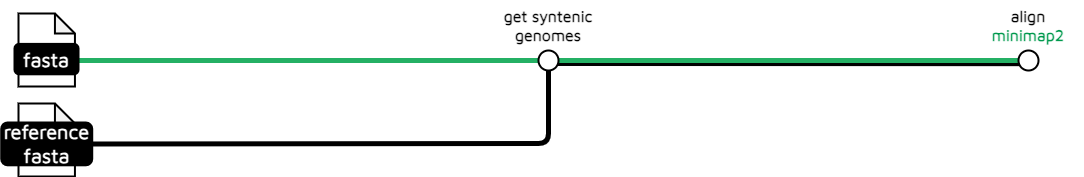
The draw.io diagram docs/images/v1-1-0/treeval_1_1_0_synteny.png in sanger-tol/treeval, before a commit. Source tidied: cells renumbered, new cells last; positions are measured from the earlier drawing's top-left corner, leaving out a move shared by most shapes. The source it was exported from:
```xml
<mxGraphModel>
  <root>
    <mxCell id="0" />
    <mxCell id="1" parent="0" />
    <mxCell id="2" style="endArrow=none;html=1;rounded=1;strokeWidth=4;exitX=0.159;exitY=0.674;exitDx=0;exitDy=0;exitPerimeter=0;entryX=0.944;entryY=0.684;entryDx=0;entryDy=0;entryPerimeter=0;labelBackgroundColor=none;" parent="1" edge="1" source="5" target="4">
      <mxGeometry relative="1" as="geometry" />
    </mxCell>
    <mxCell id="3" style="endArrow=none;html=1;rounded=1;strokeWidth=5;strokeColor=#24B064;entryX=0;entryY=0.5;entryDx=0;entryDy=0;labelBackgroundColor=none;" parent="1" edge="1" target="4">
      <mxGeometry relative="1" as="geometry">
        <mxPoint x="77" y="60" as="sourcePoint" />
      </mxGeometry>
    </mxCell>
    <mxCell id="4" style="ellipse;whiteSpace=wrap;html=1;rounded=1;rotation=0;strokeWidth=2;labelBackgroundColor=none;" parent="1" vertex="1">
      <mxGeometry x="1017" y="50" width="20" height="20" as="geometry" />
    </mxCell>
    <mxCell id="5" style="ellipse;whiteSpace=wrap;html=1;rounded=1;rotation=0;strokeWidth=2;labelBackgroundColor=none;" parent="1" vertex="1">
      <mxGeometry x="537" y="50" width="20" height="20" as="geometry" />
    </mxCell>
    <mxCell id="6" style="endArrow=none;html=1;rounded=1;strokeWidth=5;entryX=0.5;entryY=1;entryDx=0;entryDy=0;exitX=1;exitY=0.5;exitDx=0;exitDy=0;labelBackgroundColor=none;" parent="1" edge="1" source="13" target="5">
      <mxGeometry relative="1" as="geometry">
        <Array as="points">
          <mxPoint x="547" y="143" />
        </Array>
      </mxGeometry>
    </mxCell>
    <mxCell id="7" value="&lt;b style=&quot;border-color: var(--border-color); color: rgb(0, 0, 0); font-family: &amp;quot;Maven Pro&amp;quot;; font-size: 16px; font-style: normal; font-variant-ligatures: normal; font-variant-caps: normal; letter-spacing: normal; orphans: 2; text-indent: 0px; text-transform: none; widows: 2; word-spacing: 0px; -webkit-text-stroke-width: 0px; text-decoration-thickness: initial; text-decoration-style: initial; text-decoration-color: initial;&quot;&gt;align&lt;br style=&quot;border-color: var(--border-color);&quot;&gt;&lt;font color=&quot;#00994d&quot; style=&quot;border-color: var(--border-color); font-size: 16px;&quot;&gt;minimap2&lt;/font&gt;&lt;/b&gt;" style="text;whiteSpace=wrap;html=1;align=center;labelBackgroundColor=none;" parent="1" vertex="1">
      <mxGeometry x="972" width="110" height="60" as="geometry" />
    </mxCell>
    <mxCell id="8" value="&lt;font face=&quot;Maven Pro&quot;&gt;&lt;span style=&quot;font-size: 16px;&quot;&gt;&lt;b&gt;get syntenic genomes&lt;/b&gt;&lt;/span&gt;&lt;/font&gt;" style="text;whiteSpace=wrap;html=1;align=center;labelBackgroundColor=none;" parent="1" vertex="1">
      <mxGeometry x="492" width="110" height="60" as="geometry" />
    </mxCell>
    <mxCell id="9" style="shape=note;whiteSpace=wrap;html=1;backgroundOutline=1;darkOpacity=0.05;rounded=1;size=20;strokeWidth=2;labelBackgroundColor=none;" parent="1" vertex="1">
      <mxGeometry x="17" y="13" width="56.4" height="73" as="geometry" />
    </mxCell>
    <mxCell id="10" value="&lt;font face=&quot;Maven Pro&quot; color=&quot;#ffffff&quot;&gt;&lt;b&gt;&lt;font style=&quot;font-size: 20px;&quot;&gt;fasta&lt;/font&gt;&lt;/b&gt;&lt;/font&gt;" style="rounded=1;whiteSpace=wrap;html=1;strokeWidth=2;fillColor=#000000;labelBackgroundColor=none;" parent="1" vertex="1">
      <mxGeometry x="13" y="43.4" width="64" height="30.4" as="geometry" />
    </mxCell>
    <mxCell id="11" style="group;labelBackgroundColor=none;" parent="1" vertex="1">
      <mxGeometry x="13" y="103" width="64" height="73" as="geometry" />
    </mxCell>
    <mxCell id="12" style="shape=note;whiteSpace=wrap;html=1;backgroundOutline=1;darkOpacity=0.05;rounded=1;size=20;strokeWidth=2;labelBackgroundColor=none;" parent="11" vertex="1">
      <mxGeometry x="4" width="56.4" height="73" as="geometry" />
    </mxCell>
    <mxCell id="13" value="&lt;font face=&quot;Maven Pro&quot; color=&quot;#ffffff&quot;&gt;&lt;b&gt;&lt;font style=&quot;font-size: 20px;&quot;&gt;reference fasta&lt;/font&gt;&lt;/b&gt;&lt;/font&gt;" style="rounded=1;whiteSpace=wrap;html=1;strokeWidth=2;fillColor=#000000;labelBackgroundColor=none;" parent="11" vertex="1">
      <mxGeometry x="-13.3" y="19" width="91" height="42.8" as="geometry" />
    </mxCell>
  </root>
</mxGraphModel>
```
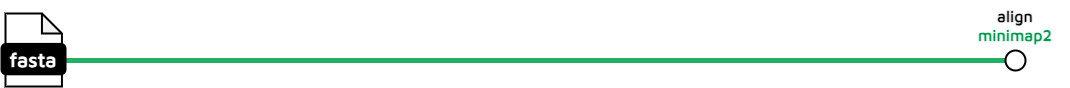
The same file after the commit.

What changed in the source:
```diff
@@ -2,47 +2,22 @@
   <root>
     <mxCell id="0" />
     <mxCell id="1" parent="0" />
-    <mxCell id="2" style="endArrow=none;html=1;rounded=1;strokeWidth=4;exitX=0.159;exitY=0.674;exitDx=0;exitDy=0;exitPerimeter=0;entryX=0.944;entryY=0.684;entryDx=0;entryDy=0;entryPerimeter=0;labelBackgroundColor=none;" parent="1" edge="1" source="5" target="4">
-      <mxGeometry relative="1" as="geometry" />
+    <mxCell id="2" style="endArrow=none;html=1;rounded=1;strokeWidth=5;strokeColor=#24B064;entryX=0;entryY=0.5;entryDx=0;entryDy=0;labelBackgroundColor=none;" parent="1" edge="1" target="3">
+      <mxGeometry relative="1" as="geometry">
+        <mxPoint x="4897" y="6590" as="sourcePoint" />
+      </mxGeometry>
     </mxCell>
-    <mxCell id="3" style="endArrow=none;html=1;rounded=1;strokeWidth=5;strokeColor=#24B064;entryX=0;entryY=0.5;entryDx=0;entryDy=0;labelBackgroundColor=none;" parent="1" edge="1" target="4">
-      <mxGeometry relative="1" as="geometry">
-        <mxPoint x="77" y="60" as="sourcePoint" />
-      </mxGeometry>
+    <mxCell id="3" style="ellipse;whiteSpace=wrap;html=1;rounded=1;rotation=0;strokeWidth=2;labelBackgroundColor=none;" parent="1" vertex="1">
+      <mxGeometry x="5837" y="6580" width="20" height="20" as="geometry" />
     </mxCell>
-    <mxCell id="4" style="ellipse;whiteSpace=wrap;html=1;rounded=1;rotation=0;strokeWidth=2;labelBackgroundColor=none;" parent="1" vertex="1">
-      <mxGeometry x="1017" y="50" width="20" height="20" as="geometry" />
+    <mxCell id="4" value="&lt;b style=&quot;border-color: var(--border-color); color: rgb(0, 0, 0); font-family: &amp;quot;Maven Pro&amp;quot;; font-size: 16px; font-style: normal; font-variant-ligatures: normal; font-variant-caps: normal; letter-spacing: normal; orphans: 2; text-indent: 0px; text-transform: none; widows: 2; word-spacing: 0px; -webkit-text-stroke-width: 0px; text-decoration-thickness: initial; text-decoration-style: initial; text-decoration-color: initial;&quot;&gt;align&lt;br style=&quot;border-color: var(--border-color);&quot;&gt;&lt;font color=&quot;#00994d&quot; style=&quot;border-color: var(--border-color); font-size: 16px;&quot;&gt;minimap2&lt;/font&gt;&lt;/b&gt;" style="text;whiteSpace=wrap;html=1;align=center;labelBackgroundColor=none;" parent="1" vertex="1">
+      <mxGeometry x="5792" y="6530" width="110" height="60" as="geometry" />
     </mxCell>
-    <mxCell id="5" style="ellipse;whiteSpace=wrap;html=1;rounded=1;rotation=0;strokeWidth=2;labelBackgroundColor=none;" parent="1" vertex="1">
-      <mxGeometry x="537" y="50" width="20" height="20" as="geometry" />
+    <mxCell id="5" style="shape=note;whiteSpace=wrap;html=1;backgroundOutline=1;darkOpacity=0.05;rounded=1;size=20;strokeWidth=2;labelBackgroundColor=none;" parent="1" vertex="1">
+      <mxGeometry x="4837" y="6543" width="56.4" height="73" as="geometry" />
     </mxCell>
-    <mxCell id="6" style="endArrow=none;html=1;rounded=1;strokeWidth=5;entryX=0.5;entryY=1;entryDx=0;entryDy=0;exitX=1;exitY=0.5;exitDx=0;exitDy=0;labelBackgroundColor=none;" parent="1" edge="1" source="13" target="5">
-      <mxGeometry relative="1" as="geometry">
-        <Array as="points">
-          <mxPoint x="547" y="143" />
-        </Array>
-      </mxGeometry>
+    <mxCell id="6" value="&lt;font face=&quot;Maven Pro&quot; color=&quot;#ffffff&quot;&gt;&lt;b&gt;&lt;font style=&quot;font-size: 20px;&quot;&gt;fasta&lt;/font&gt;&lt;/b&gt;&lt;/font&gt;" style="rounded=1;whiteSpace=wrap;html=1;strokeWidth=2;fillColor=#000000;labelBackgroundColor=none;" parent="1" vertex="1">
+      <mxGeometry x="4833" y="6573.4" width="64" height="30.4" as="geometry" />
     </mxCell>
-    <mxCell id="7" value="&lt;b style=&quot;border-color: var(--border-color); color: rgb(0, 0, 0); font-family: &amp;quot;Maven Pro&amp;quot;; font-size: 16px; font-style: normal; font-variant-ligatures: normal; font-variant-caps: normal; letter-spacing: normal; orphans: 2; text-indent: 0px; text-transform: none; widows: 2; word-spacing: 0px; -webkit-text-stroke-width: 0px; text-decoration-thickness: initial; text-decoration-style: initial; text-decoration-color: initial;&quot;&gt;align&lt;br style=&quot;border-color: var(--border-color);&quot;&gt;&lt;font color=&quot;#00994d&quot; style=&quot;border-color: var(--border-color); font-size: 16px;&quot;&gt;minimap2&lt;/font&gt;&lt;/b&gt;" style="text;whiteSpace=wrap;html=1;align=center;labelBackgroundColor=none;" parent="1" vertex="1">
-      <mxGeometry x="972" width="110" height="60" as="geometry" />
-    </mxCell>
-    <mxCell id="8" value="&lt;font face=&quot;Maven Pro&quot;&gt;&lt;span style=&quot;font-size: 16px;&quot;&gt;&lt;b&gt;get syntenic genomes&lt;/b&gt;&lt;/span&gt;&lt;/font&gt;" style="text;whiteSpace=wrap;html=1;align=center;labelBackgroundColor=none;" parent="1" vertex="1">
-      <mxGeometry x="492" width="110" height="60" as="geometry" />
-    </mxCell>
-    <mxCell id="9" style="shape=note;whiteSpace=wrap;html=1;backgroundOutline=1;darkOpacity=0.05;rounded=1;size=20;strokeWidth=2;labelBackgroundColor=none;" parent="1" vertex="1">
-      <mxGeometry x="17" y="13" width="56.4" height="73" as="geometry" />
-    </mxCell>
-    <mxCell id="10" value="&lt;font face=&quot;Maven Pro&quot; color=&quot;#ffffff&quot;&gt;&lt;b&gt;&lt;font style=&quot;font-size: 20px;&quot;&gt;fasta&lt;/font&gt;&lt;/b&gt;&lt;/font&gt;" style="rounded=1;whiteSpace=wrap;html=1;strokeWidth=2;fillColor=#000000;labelBackgroundColor=none;" parent="1" vertex="1">
-      <mxGeometry x="13" y="43.4" width="64" height="30.4" as="geometry" />
-    </mxCell>
-    <mxCell id="11" style="group;labelBackgroundColor=none;" parent="1" vertex="1">
-      <mxGeometry x="13" y="103" width="64" height="73" as="geometry" />
-    </mxCell>
-    <mxCell id="12" style="shape=note;whiteSpace=wrap;html=1;backgroundOutline=1;darkOpacity=0.05;rounded=1;size=20;strokeWidth=2;labelBackgroundColor=none;" parent="11" vertex="1">
-      <mxGeometry x="4" width="56.4" height="73" as="geometry" />
-    </mxCell>
-    <mxCell id="13" value="&lt;font face=&quot;Maven Pro&quot; color=&quot;#ffffff&quot;&gt;&lt;b&gt;&lt;font style=&quot;font-size: 20px;&quot;&gt;reference fasta&lt;/font&gt;&lt;/b&gt;&lt;/font&gt;" style="rounded=1;whiteSpace=wrap;html=1;strokeWidth=2;fillColor=#000000;labelBackgroundColor=none;" parent="11" vertex="1">
-      <mxGeometry x="-13.3" y="19" width="91" height="42.8" as="geometry" />
-    </mxCell>
   </root>
 </mxGraphModel>
```
